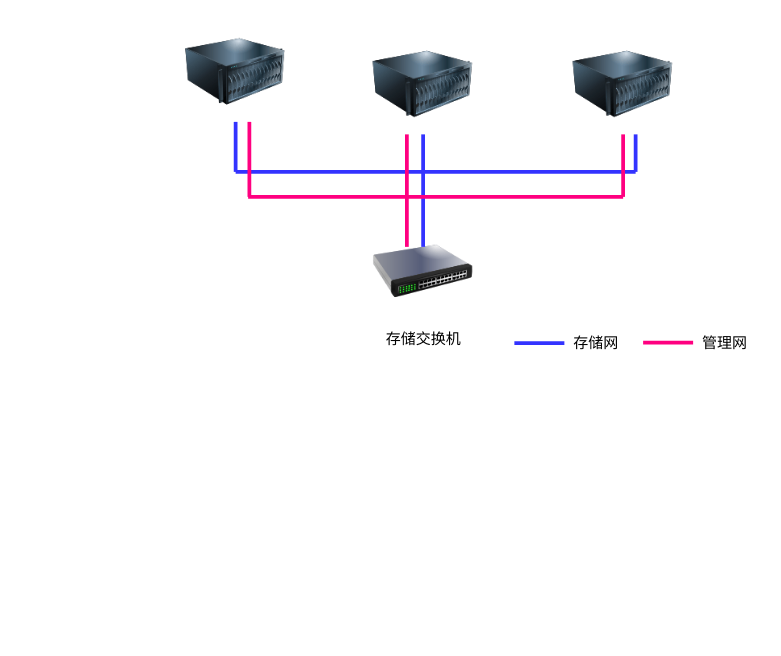
luqitao/drawio_files keeps this draw.io diagram as 网络拓扑.drawio. Above is the earlier version. Source tidied: cells renumbered, new cells numbered last; positions are measured from the earlier drawing's top-left corner, leaving out a move shared by most shapes. Both pictures are drawn from the tidied source at 125%, with x=0, y=0 at pixel (185, 21).
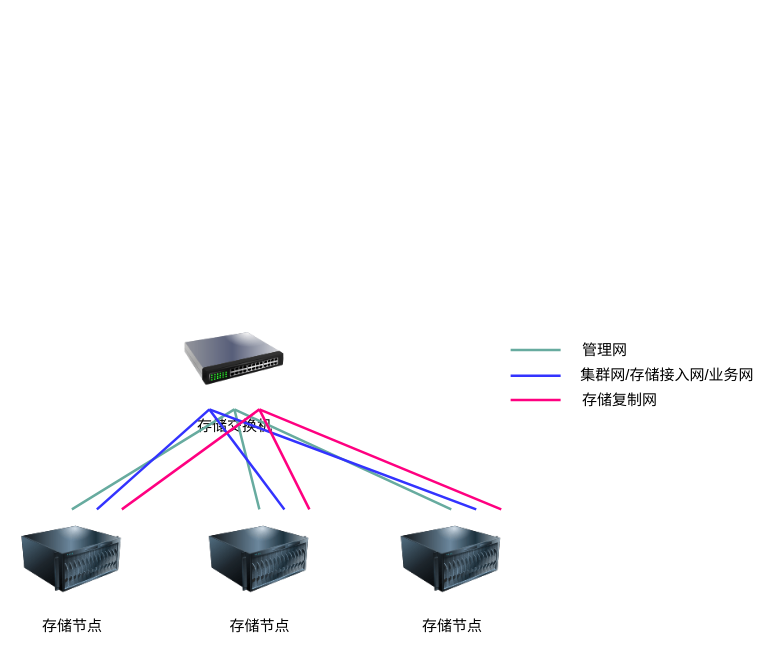
The same page after the edit.

Change to the diagram source:
```diff
@@
-    <mxCell id="2" style="image;html=1;image=img/lib/clip_art/computers/Server_128x128.png;" parent="1" vertex="1">
-      <mxGeometry width="80" height="80" as="geometry" />
+    <mxCell id="2" value="存储节点" style="image;html=1;image=img/lib/clip_art/computers/Server_128x128.png;strokeWidth=2;" parent="1" vertex="1">
+      <mxGeometry x="-131" y="390" width="80" height="80" as="geometry" />
     </mxCell>
-    <mxCell id="3" style="image;html=1;image=img/lib/clip_art/computers/Server_128x128.png;" parent="1" vertex="1">
-      <mxGeometry x="150" y="10" width="80" height="80" as="geometry" />
+    <mxCell id="3" value="存储节点" style="image;html=1;image=img/lib/clip_art/computers/Server_128x128.png;strokeWidth=2;" parent="1" vertex="1">
+      <mxGeometry x="19" y="390" width="80" height="80" as="geometry" />
     </mxCell>
-    <mxCell id="4" style="image;html=1;image=img/lib/clip_art/computers/Server_128x128.png;" parent="1" vertex="1">
-      <mxGeometry x="310" y="10" width="80" height="80" as="geometry" />
+    <mxCell id="4" value="存储节点" style="image;html=1;image=img/lib/clip_art/computers/Server_128x128.png;strokeWidth=2;" parent="1" vertex="1">
+      <mxGeometry x="172.5" y="390" width="80" height="80" as="geometry" />
     </mxCell>
-    <mxCell id="5" value="存储交换机" style="image;html=1;image=img/lib/clip_art/networking/Switch_128x128.png;" parent="1" vertex="1">
-      <mxGeometry x="150" y="160" width="80" height="80" as="geometry" />
+    <mxCell id="5" value="存储交换机" style="image;html=1;image=img/lib/clip_art/networking/Switch_128x128.png;strokeWidth=2;" parent="1" vertex="1">
+      <mxGeometry x="-1" y="230" width="80" height="80" as="geometry" />
     </mxCell>
-    <mxCell id="6" style="endArrow=none;html=1;rounded=0;strokeColor=#3333FF;strokeWidth=3;" parent="1" edge="1">
+    <mxCell id="6" style="endArrow=none;html=1;rounded=0;strokeColor=#3333FF;strokeWidth=2;" parent="1" edge="1">
       <mxGeometry relative="1" as="geometry">
-        <mxPoint x="263" y="257" as="sourcePoint" />
-        <mxPoint x="303" y="257" as="targetPoint" />
+        <mxPoint x="260" y="283" as="sourcePoint" />
+        <mxPoint x="300" y="283" as="targetPoint" />
       </mxGeometry>
     </mxCell>
-    <mxCell id="7" value="存储网" style="text;html=1;align=center;verticalAlign=middle;strokeColor=none;fillColor=none;" parent="1" vertex="1">
-      <mxGeometry x="303" y="247" width="50" height="20" as="geometry" />
+    <mxCell id="7" value="集群网/存储接入网/业务网" style="text;html=1;align=center;verticalAlign=middle;strokeColor=none;fillColor=none;strokeWidth=2;" parent="1" vertex="1">
+      <mxGeometry x="310" y="273" width="150" height="20" as="geometry" />
     </mxCell>
-    <mxCell id="8" value="管理网" style="text;html=1;align=center;verticalAlign=middle;strokeColor=none;fillColor=none;" parent="1" vertex="1">
-      <mxGeometry x="406" y="247" width="50" height="20" as="geometry" />
+    <mxCell id="8" value="管理网" style="text;html=1;align=center;verticalAlign=middle;strokeColor=none;fillColor=none;strokeWidth=2;" parent="1" vertex="1">
+      <mxGeometry x="310" y="253" width="50" height="20" as="geometry" />
     </mxCell>
-    <mxCell id="9" style="endArrow=none;html=1;rounded=0;strokeColor=#FF0080;strokeWidth=3;" parent="1" edge="1">
+    <mxCell id="9" style="endArrow=none;html=1;rounded=0;strokeColor=#67AB9F;strokeWidth=2;" parent="1" edge="1">
       <mxGeometry relative="1" as="geometry">
-        <mxPoint x="366" y="256.5" as="sourcePoint" />
-        <mxPoint x="406" y="256.5" as="targetPoint" />
+        <mxPoint x="260" y="262.5" as="sourcePoint" />
+        <mxPoint x="300" y="262.5" as="targetPoint" />
       </mxGeometry>
     </mxCell>
-    <mxCell id="10" style="endArrow=none;html=1;rounded=0;strokeColor=#3333FF;strokeWidth=3;" parent="1" edge="1">
-      <mxGeometry relative="1" as="geometry">
-        <mxPoint x="40" y="120" as="sourcePoint" />
-        <mxPoint x="360" y="120" as="targetPoint" />
-      </mxGeometry>
-    </mxCell>
-    <mxCell id="11" style="endArrow=none;html=1;rounded=0;strokeColor=#3333FF;strokeWidth=3;" parent="1" edge="1" source="2">
-      <mxGeometry relative="1" as="geometry">
-        <mxPoint x="40" y="120" as="targetPoint" />
-      </mxGeometry>
-    </mxCell>
-    <mxCell id="12" style="endArrow=none;html=1;rounded=0;strokeColor=#3333FF;strokeWidth=3;" parent="1" edge="1">
-      <mxGeometry relative="1" as="geometry">
-        <mxPoint x="360" y="120" as="sourcePoint" />
-        <mxPoint x="360" y="90" as="targetPoint" />
-      </mxGeometry>
-    </mxCell>
-    <mxCell id="13" style="endArrow=none;html=1;rounded=0;strokeColor=#3333FF;strokeWidth=3;exitX=0.5;exitY=1;exitDx=0;exitDy=0;entryX=0.5;entryY=0.25;entryDx=0;entryDy=0;entryPerimeter=0;" parent="1" edge="1" source="3" target="5">
-      <mxGeometry relative="1" as="geometry" />
-    </mxCell>
-    <mxCell id="14" style="endArrow=none;html=1;rounded=0;strokeColor=#FF0080;strokeWidth=3;" parent="1" edge="1">
-      <mxGeometry relative="1" as="geometry">
-        <mxPoint x="50" y="140" as="sourcePoint" />
-        <mxPoint x="350" y="140" as="targetPoint" />
-      </mxGeometry>
-    </mxCell>
-    <mxCell id="15" style="endArrow=none;html=1;rounded=0;strokeColor=#FF0080;strokeWidth=3;" parent="1" edge="1">
-      <mxGeometry relative="1" as="geometry">
-        <mxPoint x="51" y="80" as="sourcePoint" />
-        <mxPoint x="51" y="140" as="targetPoint" />
-      </mxGeometry>
-    </mxCell>
-    <mxCell id="16" style="endArrow=none;html=1;rounded=0;strokeColor=#FF0080;strokeWidth=3;entryX=0.5;entryY=1;entryDx=0;entryDy=0;" parent="1" edge="1" target="4">
-      <mxGeometry relative="1" as="geometry">
-        <mxPoint x="350" y="140" as="sourcePoint" />
-      </mxGeometry>
-    </mxCell>
-    <mxCell id="17" style="endArrow=none;html=1;rounded=0;strokeColor=#FF0080;strokeWidth=3;entryX=0.25;entryY=1;entryDx=0;entryDy=0;exitX=0.25;exitY=0.25;exitDx=0;exitDy=0;exitPerimeter=0;" parent="1" edge="1">
-      <mxGeometry relative="1" as="geometry">
-        <mxPoint x="177" y="180" as="sourcePoint" />
-        <mxPoint x="177" y="90" as="targetPoint" />
-      </mxGeometry>
-    </mxCell>
+    <mxCell id="18" style="endArrow=none;html=1;rounded=0;strokeColor=#FF0080;strokeWidth=2;" parent="1" edge="1">
+      <mxGeometry relative="1" as="geometry">
+        <mxPoint x="260" y="302.5" as="sourcePoint" />
+        <mxPoint x="300" y="302.5" as="targetPoint" />
+      </mxGeometry>
+    </mxCell>
+    <mxCell id="19" value="存储复制网" style="text;html=1;align=center;verticalAlign=middle;strokeColor=none;fillColor=none;strokeWidth=2;" parent="1" vertex="1">
+      <mxGeometry x="307" y="293" width="80" height="20" as="geometry" />
+    </mxCell>
+    <mxCell id="20" style="endArrow=none;html=1;rounded=0;strokeColor=#67AB9F;strokeWidth=2;entryX=0.5;entryY=1;entryDx=0;entryDy=0;exitX=0.5;exitY=0;exitDx=0;exitDy=0;" parent="1" edge="1" source="2" target="5">
+      <mxGeometry relative="1" as="geometry" />
+    </mxCell>
+    <mxCell id="21" style="endArrow=none;html=1;rounded=0;strokeColor=#67AB9F;strokeWidth=2;entryX=0.5;entryY=1;entryDx=0;entryDy=0;exitX=0.5;exitY=0;exitDx=0;exitDy=0;" parent="1" edge="1" source="3" target="5">
+      <mxGeometry relative="1" as="geometry" />
+    </mxCell>
+    <mxCell id="22" style="endArrow=none;html=1;rounded=0;strokeColor=#67AB9F;strokeWidth=2;entryX=0.5;entryY=1;entryDx=0;entryDy=0;exitX=0.5;exitY=0;exitDx=0;exitDy=0;" parent="1" edge="1" source="4" target="5">
+      <mxGeometry relative="1" as="geometry" />
+    </mxCell>
+    <mxCell id="23" style="endArrow=none;html=1;rounded=0;strokeColor=#3333FF;strokeWidth=2;entryX=0.25;entryY=1;entryDx=0;entryDy=0;exitX=0.75;exitY=0;exitDx=0;exitDy=0;" parent="1" edge="1" source="2" target="5">
+      <mxGeometry relative="1" as="geometry" />
+    </mxCell>
+    <mxCell id="24" style="endArrow=none;html=1;rounded=0;strokeColor=#3333FF;strokeWidth=2;entryX=0.25;entryY=1;entryDx=0;entryDy=0;exitX=0.75;exitY=0;exitDx=0;exitDy=0;" parent="1" edge="1" source="3" target="5">
+      <mxGeometry relative="1" as="geometry" />
+    </mxCell>
+    <mxCell id="25" style="endArrow=none;html=1;rounded=0;strokeColor=#3333FF;strokeWidth=2;exitX=0.75;exitY=0;exitDx=0;exitDy=0;" parent="1" edge="1" source="4">
+      <mxGeometry relative="1" as="geometry">
+        <mxPoint x="19" y="310" as="targetPoint" />
+      </mxGeometry>
+    </mxCell>
+    <mxCell id="26" style="endArrow=none;html=1;rounded=0;strokeColor=#FF0080;strokeWidth=2;exitX=0.75;exitY=1;exitDx=0;exitDy=0;entryX=1;entryY=0;entryDx=0;entryDy=0;" parent="1" edge="1" source="5" target="2">
+      <mxGeometry relative="1" as="geometry" />
+    </mxCell>
+    <mxCell id="27" style="endArrow=none;html=1;rounded=0;strokeColor=#FF0080;strokeWidth=2;entryX=1;entryY=0;entryDx=0;entryDy=0;" parent="1" edge="1" target="3">
+      <mxGeometry relative="1" as="geometry">
+        <mxPoint x="59" y="310" as="sourcePoint" />
+      </mxGeometry>
+    </mxCell>
+    <mxCell id="28" style="endArrow=none;html=1;rounded=0;strokeColor=#FF0080;strokeWidth=2;entryX=1;entryY=0;entryDx=0;entryDy=0;" parent="1" edge="1" target="4">
+      <mxGeometry relative="1" as="geometry">
+        <mxPoint x="59" y="310" as="sourcePoint" />
+      </mxGeometry>
+    </mxCell>
```
